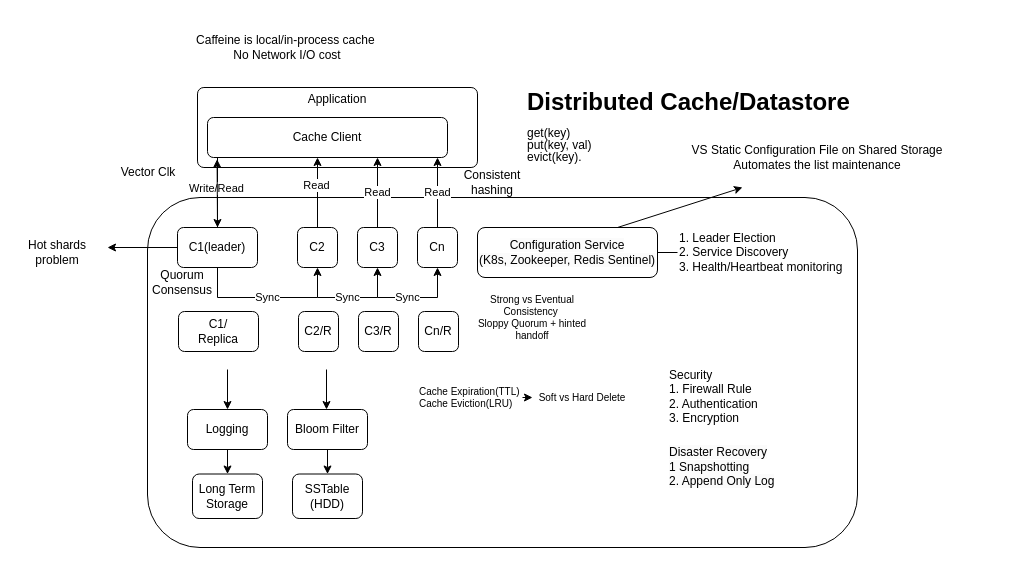
Above: 3_Cache.drawio in xwq172677170/SysdDiagram (draw.io), before the change. Source tidied: cells renumbered, new cells numbered last; positions are measured from the earlier drawing's top-left corner, leaving out a move shared by most shapes. Both pictures are drawn from the tidied source at 100%, with x=0, y=0 at pixel (17, 17).
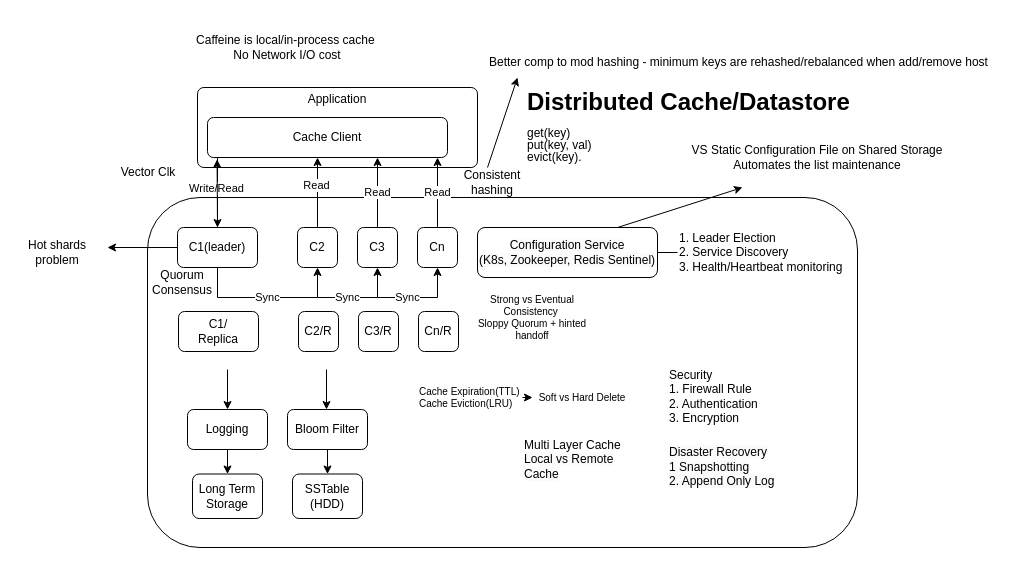
The same diagram, later.

The edit, as a diff of the source:
```diff
@@
+    <mxCell id="48" style="endArrow=classic;html=1;rounded=0;" parent="1" edge="1">
+      <mxGeometry relative="1" as="geometry">
+        <mxPoint x="470" y="150" as="sourcePoint" />
+        <mxPoint x="500" y="60" as="targetPoint" />
+      </mxGeometry>
+    </mxCell>
+    <mxCell id="49" value="Better comp to mod hashing - minimum keys are rehashed/rebalanced when add/remove host" style="text;html=1;strokeColor=none;fillColor=none;align=left;verticalAlign=middle;whiteSpace=wrap;rounded=0;" parent="1" vertex="1">
+      <mxGeometry x="470" y="30" width="510" height="30" as="geometry" />
+    </mxCell>
+    <mxCell id="50" value="Multi Layer Cache&lt;br style=&quot;border-color: var(--border-color); color: rgb(0, 0, 0); font-family: Helvetica; font-size: 12px; font-style: normal; font-variant-ligatures: normal; font-variant-caps: normal; font-weight: 400; letter-spacing: normal; orphans: 2; text-indent: 0px; text-transform: none; widows: 2; word-spacing: 0px; -webkit-text-stroke-width: 0px; background-color: rgb(251, 251, 251); text-decoration-thickness: initial; text-decoration-style: initial; text-decoration-color: initial;&quot;&gt;&lt;span style=&quot;color: rgb(0, 0, 0); font-family: Helvetica; font-size: 12px; font-style: normal; font-variant-ligatures: normal; font-variant-caps: normal; font-weight: 400; letter-spacing: normal; orphans: 2; text-indent: 0px; text-transform: none; widows: 2; word-spacing: 0px; -webkit-text-stroke-width: 0px; background-color: rgb(251, 251, 251); text-decoration-thickness: initial; text-decoration-style: initial; text-decoration-color: initial; float: none; display: inline !important;&quot;&gt;Local vs Remote Cache&lt;/span&gt;" style="text;html=1;strokeColor=none;fillColor=none;align=left;verticalAlign=middle;whiteSpace=wrap;rounded=0;" parent="1" vertex="1">
+      <mxGeometry x="505" y="409.2" width="120" height="65.5" as="geometry" />
+    </mxCell>
```
